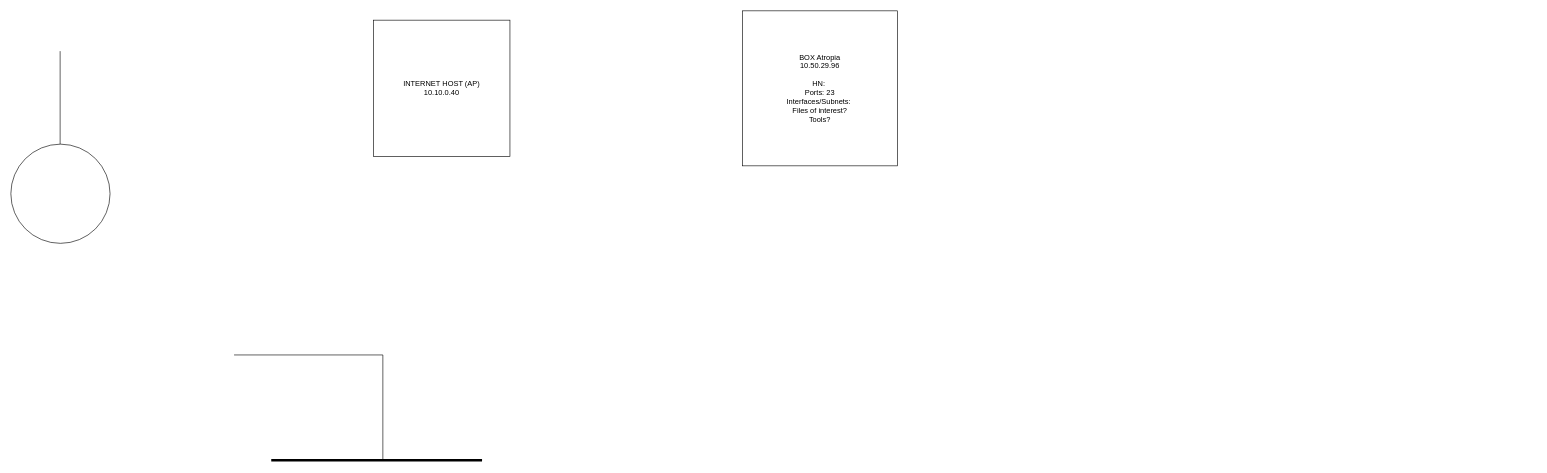
jjjccw/networking-notes keeps this draw.io diagram as maps/Copy of mapping template.drawio. Above is the earlier version. Source tidied: cells renumbered, new cells numbered last; positions are measured from the earlier drawing's top-left corner, leaving out a move shared by most shapes. Both pictures are drawn from the tidied source at 62%, with x=0, y=0 at pixel (11, 11).
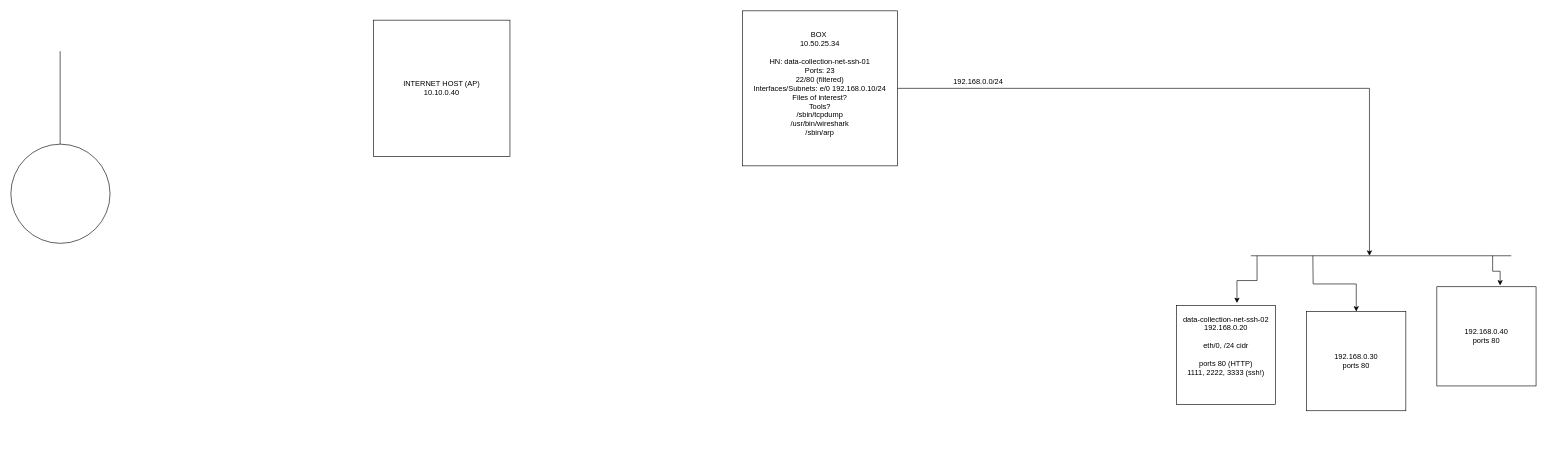
The same page after the edit.

Diff of the diagram source:
```diff
@@
-    <mxCell id="3" style="endArrow=none;html=1;rounded=0;" parent="1" edge="1">
-      <mxGeometry relative="1" as="geometry">
-        <mxPoint x="360" y="555" as="sourcePoint" />
-        <mxPoint x="600" y="555" as="targetPoint" />
-      </mxGeometry>
-    </mxCell>
-    <mxCell id="4" style="endArrow=none;html=1;rounded=0;" parent="1" edge="1">
-      <mxGeometry relative="1" as="geometry">
-        <mxPoint x="600" y="555" as="sourcePoint" />
-        <mxPoint x="600" y="725" as="targetPoint" />
-      </mxGeometry>
-    </mxCell>
-    <mxCell id="5" style="endArrow=none;html=1;rounded=0;strokeWidth=4;" parent="1" edge="1">
-      <mxGeometry relative="1" as="geometry">
-        <mxPoint x="420" y="725" as="sourcePoint" />
-        <mxPoint x="760" y="725" as="targetPoint" />
-      </mxGeometry>
-    </mxCell>
@@
+    <mxCell id="9" style="edgeStyle=orthogonalEdgeStyle;rounded=0;jettySize=auto;html=1;" parent="1" edge="1" source="8">
+      <mxGeometry relative="1" as="geometry">
+        <mxPoint x="2191.3" y="395" as="targetPoint" />
+        <Array as="points">
+          <mxPoint x="2191" y="125" />
+        </Array>
+      </mxGeometry>
+    </mxCell>
-    <mxCell id="8" value="BOX Atropia&lt;br&gt;10.50.29.96&lt;br&gt;&lt;br&gt;HN:&amp;nbsp;&lt;br&gt;Ports: 23&lt;br&gt;Interfaces/Subnets:&amp;nbsp;&lt;br&gt;Files of interest?&lt;br&gt;Tools?" style="whiteSpace=wrap;html=1;" parent="1" vertex="1">
+    <mxCell id="8" value="BOX&amp;nbsp;&lt;br&gt;10.50.25.34&lt;br&gt;&lt;br&gt;HN:&amp;nbsp;data-collection-net-ssh-01&lt;br&gt;Ports: 23&lt;br&gt;22/80 (filtered)&lt;br&gt;Interfaces/Subnets: e/0 192.168.0.10/24&lt;br&gt;Files of interest?&lt;br&gt;Tools?&lt;br&gt;&lt;div&gt;/sbin/tcpdump&lt;/div&gt;&lt;div&gt;/usr/bin/wireshark&lt;/div&gt;&lt;div&gt;/sbin/arp&lt;/div&gt;&lt;div&gt;&lt;br&gt;&lt;/div&gt;" style="whiteSpace=wrap;html=1;" parent="1" vertex="1">
       <mxGeometry x="1180" width="250" height="250" as="geometry" />
     </mxCell>
+    <mxCell id="10" value="data-collection-net-ssh-02&lt;br&gt;192.168.0.20&lt;br&gt;&lt;br&gt;eth/0, /24 cidr&lt;br&gt;&lt;br&gt;ports 80 (HTTP)&lt;br&gt;1111, 2222, 3333 (ssh!)&lt;br&gt;&lt;br&gt;&lt;br&gt;" style="whiteSpace=wrap;html=1;" parent="1" vertex="1">
+      <mxGeometry x="1880" y="475" width="160" height="160" as="geometry" />
+    </mxCell>
+    <mxCell id="11" value="192.168.0.30&lt;br&gt;ports 80" style="whiteSpace=wrap;html=1;" parent="1" vertex="1">
+      <mxGeometry x="2090" y="485" width="160" height="160" as="geometry" />
+    </mxCell>
+    <mxCell id="12" value="192.168.0.40&lt;br&gt;ports 80" style="whiteSpace=wrap;html=1;" parent="1" vertex="1">
+      <mxGeometry x="2300" y="445" width="160" height="160" as="geometry" />
+    </mxCell>
+    <mxCell id="13" style="edgeStyle=orthogonalEdgeStyle;rounded=0;jettySize=auto;html=1;entryX=0.61;entryY=-0.023;entryDx=0;entryDy=0;entryPerimeter=0;" parent="1" edge="1" target="10">
+      <mxGeometry relative="1" as="geometry">
+        <mxPoint x="2010" y="395" as="sourcePoint" />
+        <Array as="points">
+          <mxPoint x="2010" y="435" />
+          <mxPoint x="1978" y="435" />
+        </Array>
+      </mxGeometry>
+    </mxCell>
+    <mxCell id="14" style="edgeStyle=orthogonalEdgeStyle;rounded=0;jettySize=auto;html=1;" parent="1" edge="1" target="11">
+      <mxGeometry relative="1" as="geometry">
+        <mxPoint x="2100" y="395" as="sourcePoint" />
+      </mxGeometry>
+    </mxCell>
+    <mxCell id="15" style="edgeStyle=orthogonalEdgeStyle;rounded=0;jettySize=auto;html=1;entryX=0.638;entryY=-0.013;entryDx=0;entryDy=0;entryPerimeter=0;" parent="1" edge="1" target="12">
+      <mxGeometry relative="1" as="geometry">
+        <mxPoint x="2390" y="395" as="sourcePoint" />
+        <Array as="points">
+          <mxPoint x="2390" y="420" />
+          <mxPoint x="2402" y="420" />
+        </Array>
+      </mxGeometry>
+    </mxCell>
+    <mxCell id="16" style="endArrow=none;html=1;rounded=0;" parent="1" edge="1">
+      <mxGeometry relative="1" as="geometry">
+        <mxPoint x="2000" y="395" as="sourcePoint" />
+        <mxPoint x="2420" y="395" as="targetPoint" />
+      </mxGeometry>
+    </mxCell>
+    <mxCell id="17" value="192.168.0.0/24" style="text;html=1;align=center;verticalAlign=middle;strokeColor=none;fillColor=none;" parent="1" vertex="1">
+      <mxGeometry x="1510" y="105" width="100" height="20" as="geometry" />
+    </mxCell>
```
